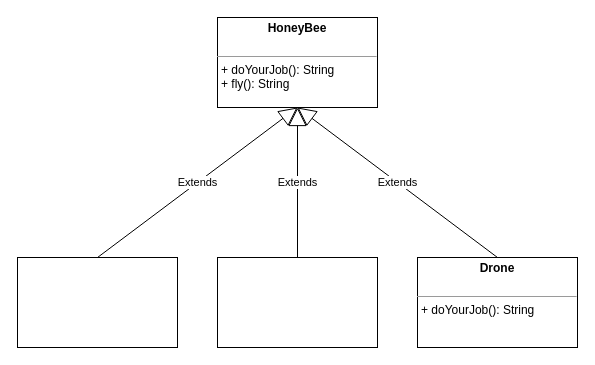
The draw.io diagram page "HoneyBee I" (2 of 3) of honeybee.drawio in ProgLeo0702/06_Polymorphism_I-main, before the edit. Source tidied: cells renumbered, new cells numbered last; positions are measured from the earlier drawing's top-left corner, leaving out a move shared by most shapes. Both pictures are drawn from the tidied source at 100%, with x=0, y=0 at pixel (17, 17).
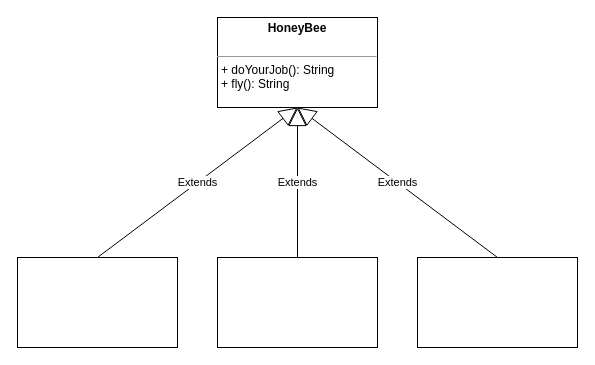
Above is the later version.

What changed in the source:
```diff
@@
 <mxGraphModel>
   <root>
     <mxCell id="0" />
     <mxCell id="1" parent="0" />
     <mxCell id="2" value="&lt;p style=&quot;margin: 0px ; margin-top: 4px ; text-align: center&quot;&gt;&lt;b&gt;HoneyBee&lt;/b&gt;&lt;/p&gt;&lt;p style=&quot;margin: 0px ; margin-left: 4px&quot;&gt;&lt;br&gt;&lt;/p&gt;&lt;hr size=&quot;1&quot;&gt;&lt;p style=&quot;margin: 0px ; margin-left: 4px&quot;&gt;+ doYourJob(): String&lt;/p&gt;&lt;p style=&quot;margin: 0px ; margin-left: 4px&quot;&gt;+ fly(): String&lt;/p&gt;" style="verticalAlign=top;align=left;overflow=fill;fontSize=12;fontFamily=Helvetica;html=1;" parent="1" vertex="1">
       <mxGeometry x="200" width="160" height="90" as="geometry" />
     </mxCell>
     <mxCell id="3" value="&lt;p style=&quot;margin: 0px ; margin-top: 4px ; text-align: center&quot;&gt;&lt;br&gt;&lt;/p&gt;" style="verticalAlign=top;align=left;overflow=fill;fontSize=12;fontFamily=Helvetica;html=1;" parent="1" vertex="1">
       <mxGeometry y="240" width="160" height="90" as="geometry" />
     </mxCell>
     <mxCell id="4" value="Extends" style="endArrow=block;endSize=16;endFill=0;html=1;exitX=0.5;exitY=0;exitDx=0;exitDy=0;entryX=0.5;entryY=1;entryDx=0;entryDy=0;" parent="1" edge="1" source="3" target="2">
       <mxGeometry relative="1" as="geometry" />
     </mxCell>
     <mxCell id="5" value="&lt;p style=&quot;margin: 0px ; margin-top: 4px ; text-align: center&quot;&gt;&lt;br&gt;&lt;/p&gt;" style="verticalAlign=top;align=left;overflow=fill;fontSize=12;fontFamily=Helvetica;html=1;" parent="1" vertex="1">
       <mxGeometry x="200" y="240" width="160" height="90" as="geometry" />
     </mxCell>
-    <mxCell id="6" value="&lt;p style=&quot;margin: 0px ; margin-top: 4px ; text-align: center&quot;&gt;&lt;b&gt;Drone&lt;/b&gt;&lt;/p&gt;&lt;p style=&quot;margin: 0px ; margin-left: 4px&quot;&gt;&lt;br&gt;&lt;/p&gt;&lt;hr size=&quot;1&quot;&gt;&lt;p style=&quot;margin: 0px ; margin-left: 4px&quot;&gt;+ doYourJob(): String&lt;br&gt;&lt;/p&gt;" style="verticalAlign=top;align=left;overflow=fill;fontSize=12;fontFamily=Helvetica;html=1;" parent="1" vertex="1">
+    <mxCell id="6" value="&lt;p style=&quot;margin: 0px ; margin-top: 4px ; text-align: center&quot;&gt;&lt;br&gt;&lt;/p&gt;" style="verticalAlign=top;align=left;overflow=fill;fontSize=12;fontFamily=Helvetica;html=1;" parent="1" vertex="1">
       <mxGeometry x="400" y="240" width="160" height="90" as="geometry" />
     </mxCell>
     <mxCell id="7" value="Extends" style="endArrow=block;endSize=16;endFill=0;html=1;exitX=0.5;exitY=0;exitDx=0;exitDy=0;entryX=0.5;entryY=1;entryDx=0;entryDy=0;" parent="1" edge="1" source="5" target="2">
       <mxGeometry relative="1" as="geometry" />
     </mxCell>
     <mxCell id="8" value="Extends" style="endArrow=block;endSize=16;endFill=0;html=1;exitX=0.5;exitY=0;exitDx=0;exitDy=0;entryX=0.5;entryY=1;entryDx=0;entryDy=0;" parent="1" edge="1" source="6" target="2">
       <mxGeometry relative="1" as="geometry" />
     </mxCell>
   </root>
 </mxGraphModel>
```
